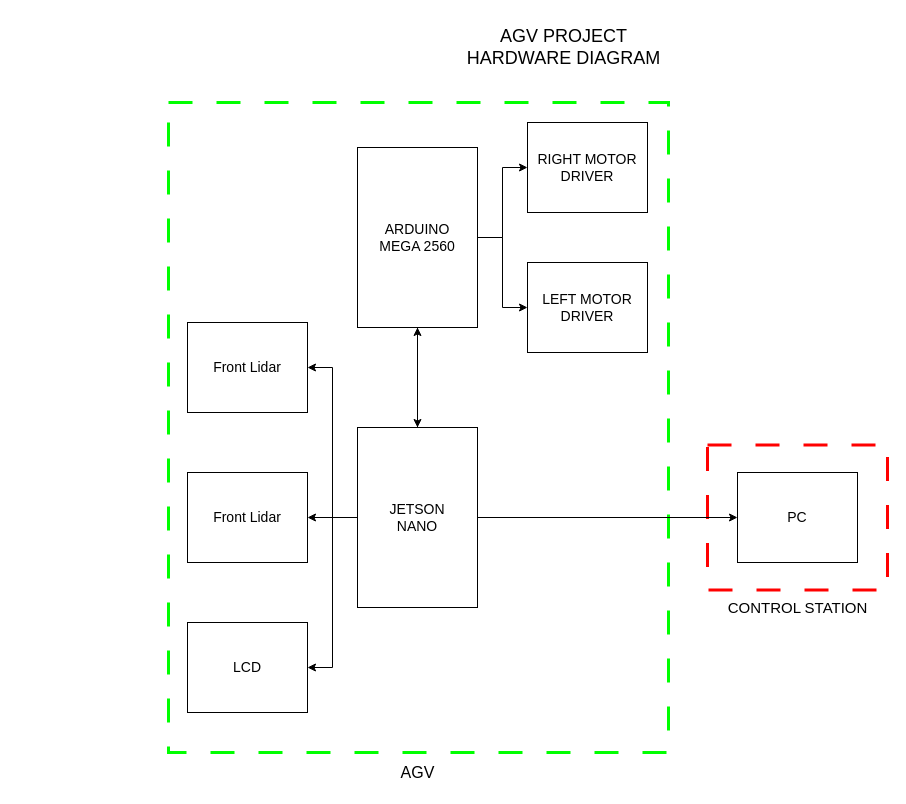
Above: page "Lidar Version" (2 of 2) of Electrical/Breakdown/AGV Hardware Diagram.drawio in AlfonsusGiovanni/Automated-Guided-Vehicle (draw.io), before the change. Source tidied: cells renumbered, new cells numbered last; positions are measured from the earlier drawing's top-left corner, leaving out a move shared by most shapes. Both pictures are drawn from the tidied source at 100%, with x=0, y=0 at pixel (168, 17).
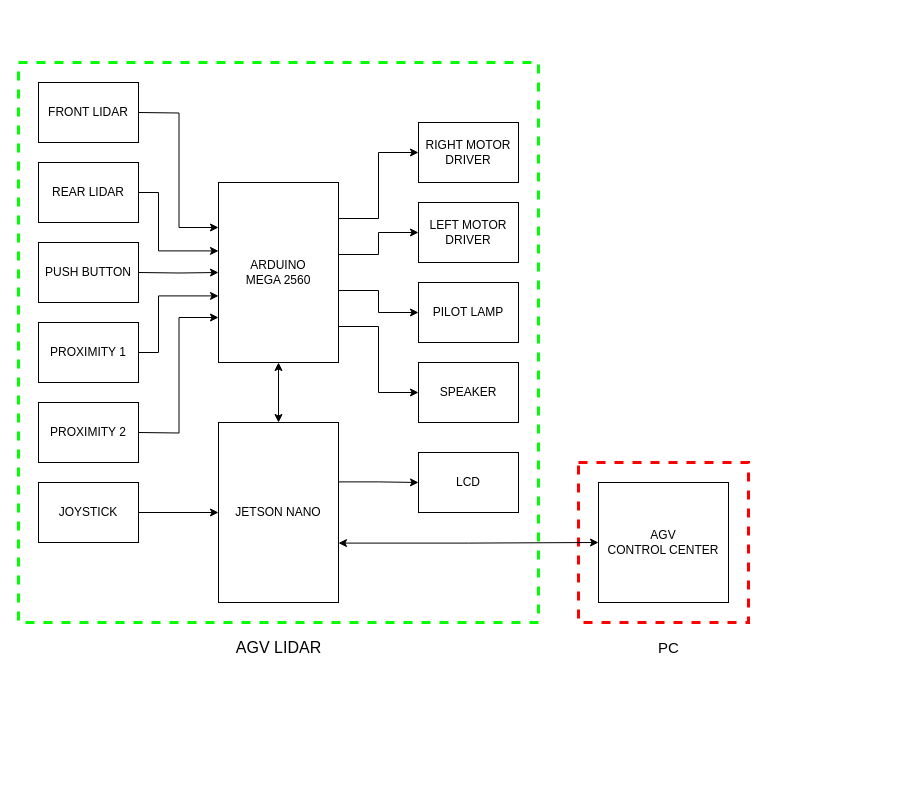
After the change.

The edit, as a diff of the source:
```diff
@@
-    <mxCell id="2" style="whiteSpace=wrap;html=1;fillColor=none;dashed=1;dashPattern=8 8;strokeWidth=3;strokeColor=#FF0000;" parent="1" vertex="1">
-      <mxGeometry x="539" y="427.5" width="180" height="145" as="geometry" />
-    </mxCell>
-    <mxCell id="3" style="whiteSpace=wrap;html=1;fillColor=none;dashed=1;dashPattern=8 8;strokeWidth=3;strokeColor=#00FF00;" parent="1" vertex="1">
-      <mxGeometry y="85" width="500" height="650" as="geometry" />
-    </mxCell>
+    <mxCell id="23" style="whiteSpace=wrap;html=1;fillColor=none;dashed=1;strokeWidth=3;strokeColor=#FF0000;" parent="1" vertex="1">
+      <mxGeometry x="410" y="445" width="170" height="160" as="geometry" />
+    </mxCell>
+    <mxCell id="24" style="whiteSpace=wrap;html=1;fillColor=none;dashed=1;strokeWidth=3;strokeColor=#00FF00;" parent="1" vertex="1">
+      <mxGeometry x="-150" y="45" width="520" height="560" as="geometry" />
+    </mxCell>
-    <mxCell id="4" style="edgeStyle=orthogonalEdgeStyle;rounded=0;jettySize=auto;html=1;exitX=1;exitY=0.5;exitDx=0;exitDy=0;entryX=0;entryY=0.5;entryDx=0;entryDy=0;" parent="1" edge="1" source="7" target="14">
+    <mxCell id="4" style="edgeStyle=orthogonalEdgeStyle;rounded=0;jettySize=auto;html=1;exitX=1;exitY=0.2;exitDx=0;exitDy=0;exitPerimeter=0;entryX=0;entryY=0.5;entryDx=0;entryDy=0;" parent="1" edge="1" source="7" target="14">
       <mxGeometry relative="1" as="geometry" />
     </mxCell>
-    <mxCell id="5" style="edgeStyle=orthogonalEdgeStyle;rounded=0;jettySize=auto;html=1;exitX=1;exitY=0.5;exitDx=0;exitDy=0;entryX=0;entryY=0.5;entryDx=0;entryDy=0;" parent="1" edge="1" source="7" target="15">
+    <mxCell id="5" style="edgeStyle=orthogonalEdgeStyle;rounded=0;jettySize=auto;html=1;exitX=1;exitY=0.4;exitDx=0;exitDy=0;exitPerimeter=0;entryX=0;entryY=0.5;entryDx=0;entryDy=0;" parent="1" edge="1" source="7" target="15">
       <mxGeometry relative="1" as="geometry" />
     </mxCell>
+    <mxCell id="25" style="edgeStyle=orthogonalEdgeStyle;rounded=0;jettySize=auto;html=1;exitX=1;exitY=0.6;exitDx=0;exitDy=0;exitPerimeter=0;entryX=0;entryY=0.5;entryDx=0;entryDy=0;" parent="1" edge="1" source="7" target="30">
+      <mxGeometry relative="1" as="geometry" />
+    </mxCell>
+    <mxCell id="26" style="edgeStyle=orthogonalEdgeStyle;rounded=0;jettySize=auto;html=1;exitX=1;exitY=0.8;exitDx=0;exitDy=0;exitPerimeter=0;entryX=0;entryY=0.5;entryDx=0;entryDy=0;" parent="1" edge="1" source="7" target="31">
+      <mxGeometry relative="1" as="geometry" />
+    </mxCell>
-    <mxCell id="6" style="edgeStyle=orthogonalEdgeStyle;rounded=0;jettySize=auto;html=1;exitX=0.5;exitY=1;exitDx=0;exitDy=0;entryX=0.5;entryY=0;entryDx=0;entryDy=0;" parent="1" edge="1" source="7" target="13">
+    <mxCell id="6" style="edgeStyle=orthogonalEdgeStyle;rounded=0;jettySize=auto;html=1;exitX=0.5;exitY=1;exitDx=0;exitDy=0;exitPerimeter=0;entryX=0.5;entryY=0;entryDx=0;entryDy=0;startArrow=classic;startFill=1;" parent="1" edge="1" source="7" target="13">
       <mxGeometry relative="1" as="geometry" />
     </mxCell>
-    <mxCell id="7" value="ARDUINO&lt;br style=&quot;font-size: 14px;&quot;&gt;MEGA 2560" style="rounded=0;whiteSpace=wrap;html=1;fillColor=none;fontSize=14;" parent="1" vertex="1">
-      <mxGeometry x="189" y="130" width="120" height="180" as="geometry" />
+    <mxCell id="7" value="ARDUINO&lt;br style=&quot;font-size: 12px;&quot;&gt;MEGA 2560" style="rounded=0;whiteSpace=wrap;html=1;fillColor=none;fontSize=12;points=[[0,0,0,0,0],[0,0.13,0,0,0],[0,0.25,0,0,0],[0,0.38,0,0,0],[0,0.5,0,0,0],[0,0.63,0,0,0],[0,0.75,0,0,0],[0,0.88,0,0,0],[0,1,0,0,0],[0.25,0,0,0,0],[0.25,1,0,0,0],[0.5,0,0,0,0],[0.5,1,0,0,0],[0.75,0,0,0,0],[0.75,1,0,0,0],[1,0,0,0,0],[1,0.2,0,0,0],[1,0.4,0,0,0],[1,0.6,0,0,0],[1,0.8,0,0,0],[1,1,0,0,0]];" parent="1" vertex="1">
+      <mxGeometry x="50" y="165" width="120" height="180" as="geometry" />
     </mxCell>
-    <mxCell id="8" style="edgeStyle=orthogonalEdgeStyle;rounded=0;jettySize=auto;html=1;exitX=0.5;exitY=0;exitDx=0;exitDy=0;entryX=0.5;entryY=1;entryDx=0;entryDy=0;" parent="1" edge="1" source="13" target="7">
-      <mxGeometry relative="1" as="geometry" />
-    </mxCell>
-    <mxCell id="9" style="edgeStyle=orthogonalEdgeStyle;rounded=0;jettySize=auto;html=1;exitX=1;exitY=0.5;exitDx=0;exitDy=0;entryX=0;entryY=0.5;entryDx=0;entryDy=0;" parent="1" edge="1" source="13" target="17">
-      <mxGeometry relative="1" as="geometry" />
-    </mxCell>
-    <mxCell id="10" style="edgeStyle=orthogonalEdgeStyle;rounded=0;jettySize=auto;html=1;exitX=0;exitY=0.5;exitDx=0;exitDy=0;entryX=1;entryY=0.5;entryDx=0;entryDy=0;" parent="1" edge="1" source="13" target="21">
-      <mxGeometry relative="1" as="geometry" />
-    </mxCell>
-    <mxCell id="11" style="edgeStyle=orthogonalEdgeStyle;rounded=0;jettySize=auto;html=1;exitX=0;exitY=0.5;exitDx=0;exitDy=0;entryX=1;entryY=0.5;entryDx=0;entryDy=0;" parent="1" edge="1" source="13" target="16">
+    <mxCell id="11" style="edgeStyle=orthogonalEdgeStyle;rounded=0;jettySize=auto;html=1;exitX=1;exitY=0.33;exitDx=0;exitDy=0;exitPerimeter=0;entryX=0;entryY=0.5;entryDx=0;entryDy=0;" parent="1" edge="1" source="13" target="16">
       <mxGeometry relative="1" as="geometry" />
     </mxCell>
-    <mxCell id="12" style="edgeStyle=orthogonalEdgeStyle;rounded=0;jettySize=auto;html=1;exitX=0;exitY=0.5;exitDx=0;exitDy=0;entryX=1;entryY=0.5;entryDx=0;entryDy=0;" parent="1" edge="1" source="13" target="22">
-      <mxGeometry relative="1" as="geometry" />
-    </mxCell>
+    <mxCell id="27" style="edgeStyle=orthogonalEdgeStyle;rounded=0;jettySize=auto;html=1;exitX=1;exitY=0.67;exitDx=0;exitDy=0;exitPerimeter=0;entryX=0;entryY=0.5;entryDx=0;entryDy=0;startArrow=classic;startFill=1;" parent="1" edge="1" source="13" target="28">
+      <mxGeometry relative="1" as="geometry" />
+    </mxCell>
-    <mxCell id="13" value="JETSON&lt;div&gt;NANO&lt;/div&gt;" style="rounded=0;whiteSpace=wrap;html=1;fillColor=none;fontSize=14;" parent="1" vertex="1">
-      <mxGeometry x="189" y="410" width="120" height="180" as="geometry" />
+    <mxCell id="13" value="JETSON NANO" style="rounded=0;whiteSpace=wrap;html=1;fillColor=none;fontSize=12;points=[[0,0,0,0,0],[0,0.25,0,0,0],[0,0.5,0,0,0],[0,0.75,0,0,0],[0,1,0,0,0],[0.25,0,0,0,0],[0.25,1,0,0,0],[0.5,0,0,0,0],[0.5,1,0,0,0],[0.75,0,0,0,0],[0.75,1,0,0,0],[1,0,0,0,0],[1,0.33,0,0,0],[1,0.67,0,0,0],[1,1,0,0,0]];" parent="1" vertex="1">
+      <mxGeometry x="50" y="405" width="120" height="180" as="geometry" />
     </mxCell>
-    <mxCell id="14" value="RIGHT MOTOR&lt;div&gt;DRIVER&lt;/div&gt;" style="rounded=0;whiteSpace=wrap;html=1;fillColor=none;fontSize=14;" parent="1" vertex="1">
-      <mxGeometry x="359" y="105" width="120" height="90" as="geometry" />
+    <mxCell id="14" value="RIGHT MOTOR&lt;div style=&quot;font-size: 12px;&quot;&gt;DRIVER&lt;/div&gt;" style="rounded=0;whiteSpace=wrap;html=1;fillColor=none;fontSize=12;" parent="1" vertex="1">
+      <mxGeometry x="250" y="105" width="100" height="60" as="geometry" />
     </mxCell>
-    <mxCell id="15" value="LEFT MOTOR&lt;div&gt;DRIVER&lt;/div&gt;" style="rounded=0;whiteSpace=wrap;html=1;fillColor=none;fontSize=14;" parent="1" vertex="1">
-      <mxGeometry x="359" y="245" width="120" height="90" as="geometry" />
+    <mxCell id="15" value="LEFT MOTOR&lt;div style=&quot;font-size: 12px;&quot;&gt;DRIVER&lt;/div&gt;" style="rounded=0;whiteSpace=wrap;html=1;fillColor=none;fontSize=12;" parent="1" vertex="1">
+      <mxGeometry x="250" y="185" width="100" height="60" as="geometry" />
     </mxCell>
-    <mxCell id="16" value="LCD" style="rounded=0;whiteSpace=wrap;html=1;fillColor=none;fontSize=14;" parent="1" vertex="1">
-      <mxGeometry x="19" y="605" width="120" height="90" as="geometry" />
+    <mxCell id="16" value="LCD" style="rounded=0;whiteSpace=wrap;html=1;fillColor=none;fontSize=12;" parent="1" vertex="1">
+      <mxGeometry x="250" y="435" width="100" height="60" as="geometry" />
     </mxCell>
+    <mxCell id="28" value="AGV&lt;div&gt;CONTROL CENTER&lt;/div&gt;" style="rounded=0;whiteSpace=wrap;html=1;fillColor=none;fontSize=12;" parent="1" vertex="1">
+      <mxGeometry x="430" y="465" width="130" height="120" as="geometry" />
+    </mxCell>
+    <mxCell id="29" value="AGV LIDAR" style="text;html=1;align=center;verticalAlign=middle;strokeColor=none;fillColor=none;fontSize=16;" parent="1" vertex="1">
+      <mxGeometry x="55" y="615" width="110" height="30" as="geometry" />
+    </mxCell>
-    <mxCell id="17" value="PC" style="rounded=0;whiteSpace=wrap;html=1;fillColor=none;fontSize=14;" parent="1" vertex="1">
-      <mxGeometry x="569" y="455" width="120" height="90" as="geometry" />
+    <mxCell id="17" value="PC" style="text;html=1;align=center;verticalAlign=middle;points=[];strokeColor=none;fillColor=none;fontSize=15;" parent="1" vertex="1">
+      <mxGeometry x="480" y="615" width="40" height="30" as="geometry" />
     </mxCell>
-    <mxCell id="18" value="AGV PROJECT&lt;div style=&quot;font-size: 18px;&quot;&gt;HARDWARE DIAGRAM&lt;/div&gt;" style="text;html=1;align=center;verticalAlign=middle;strokeColor=none;fillColor=none;spacing=2;fontSize=18;" parent="1" vertex="1">
-      <mxGeometry x="285" width="220" height="60" as="geometry" />
-    </mxCell>
-    <mxCell id="19" value="AGV" style="text;html=1;align=center;verticalAlign=middle;strokeColor=none;fillColor=none;fontSize=16;" parent="1" vertex="1">
-      <mxGeometry x="219" y="740" width="60" height="30" as="geometry" />
-    </mxCell>
-    <mxCell id="20" value="CONTROL STATION" style="text;html=1;align=center;verticalAlign=middle;strokeColor=none;fillColor=none;fontSize=15;" parent="1" vertex="1">
-      <mxGeometry x="549" y="575" width="160" height="30" as="geometry" />
-    </mxCell>
-    <mxCell id="21" value="Front Lidar" style="rounded=0;whiteSpace=wrap;html=1;fillColor=none;fontSize=14;" parent="1" vertex="1">
-      <mxGeometry x="19" y="305" width="120" height="90" as="geometry" />
-    </mxCell>
-    <mxCell id="22" value="Front Lidar" style="rounded=0;whiteSpace=wrap;html=1;fillColor=none;fontSize=14;" parent="1" vertex="1">
-      <mxGeometry x="19" y="455" width="120" height="90" as="geometry" />
-    </mxCell>
+    <mxCell id="30" value="PILOT LAMP" style="rounded=0;whiteSpace=wrap;html=1;fillColor=none;fontSize=12;" parent="1" vertex="1">
+      <mxGeometry x="250" y="265" width="100" height="60" as="geometry" />
+    </mxCell>
+    <mxCell id="31" value="SPEAKER" style="rounded=0;whiteSpace=wrap;html=1;fillColor=none;fontSize=12;" parent="1" vertex="1">
+      <mxGeometry x="250" y="345" width="100" height="60" as="geometry" />
+    </mxCell>
+    <mxCell id="32" style="edgeStyle=orthogonalEdgeStyle;rounded=0;jettySize=auto;html=1;exitX=1;exitY=0.5;exitDx=0;exitDy=0;entryX=0;entryY=0.25;entryDx=0;entryDy=0;entryPerimeter=0;" parent="1" edge="1" target="7">
+      <mxGeometry relative="1" as="geometry">
+        <mxPoint x="-30" y="95" as="sourcePoint" />
+      </mxGeometry>
+    </mxCell>
+    <mxCell id="33" style="edgeStyle=orthogonalEdgeStyle;rounded=0;jettySize=auto;html=1;exitX=1;exitY=0.5;exitDx=0;exitDy=0;entryX=0;entryY=0.38;entryDx=0;entryDy=0;entryPerimeter=0;" parent="1" edge="1" target="7">
+      <mxGeometry relative="1" as="geometry">
+        <mxPoint x="-30" y="175" as="sourcePoint" />
+        <Array as="points">
+          <mxPoint x="-10" y="175" />
+          <mxPoint x="-10" y="233" />
+        </Array>
+      </mxGeometry>
+    </mxCell>
+    <mxCell id="34" style="edgeStyle=orthogonalEdgeStyle;rounded=0;jettySize=auto;html=1;exitX=1;exitY=0.5;exitDx=0;exitDy=0;entryX=0;entryY=0.5;entryDx=0;entryDy=0;entryPerimeter=0;" parent="1" edge="1" target="7">
+      <mxGeometry relative="1" as="geometry">
+        <mxPoint x="-30" y="255" as="sourcePoint" />
+      </mxGeometry>
+    </mxCell>
+    <mxCell id="35" style="edgeStyle=orthogonalEdgeStyle;rounded=0;jettySize=auto;html=1;exitX=1;exitY=0.5;exitDx=0;exitDy=0;entryX=0;entryY=0.63;entryDx=0;entryDy=0;entryPerimeter=0;" parent="1" edge="1" target="7">
+      <mxGeometry relative="1" as="geometry">
+        <mxPoint x="-30" y="335" as="sourcePoint" />
+        <Array as="points">
+          <mxPoint x="-10" y="335" />
+          <mxPoint x="-10" y="278" />
+        </Array>
+      </mxGeometry>
+    </mxCell>
+    <mxCell id="36" style="edgeStyle=orthogonalEdgeStyle;rounded=0;jettySize=auto;html=1;exitX=1;exitY=0.5;exitDx=0;exitDy=0;entryX=0;entryY=0.75;entryDx=0;entryDy=0;entryPerimeter=0;" parent="1" edge="1" target="7">
+      <mxGeometry relative="1" as="geometry">
+        <mxPoint x="-30" y="415" as="sourcePoint" />
+      </mxGeometry>
+    </mxCell>
+    <mxCell id="37" value="PUSH BUTTON" style="rounded=0;whiteSpace=wrap;html=1;fillColor=none;fontSize=12;" parent="1" vertex="1">
+      <mxGeometry x="-130" y="225" width="100" height="60" as="geometry" />
+    </mxCell>
+    <mxCell id="38" value="REAR LIDAR" style="rounded=0;whiteSpace=wrap;html=1;fillColor=none;fontSize=12;" parent="1" vertex="1">
+      <mxGeometry x="-130" y="145" width="100" height="60" as="geometry" />
+    </mxCell>
+    <mxCell id="39" value="FRONT LIDAR" style="rounded=0;whiteSpace=wrap;html=1;fillColor=none;fontSize=12;" parent="1" vertex="1">
+      <mxGeometry x="-130" y="65" width="100" height="60" as="geometry" />
+    </mxCell>
+    <mxCell id="40" value="&lt;span style=&quot;background-color: initial; font-size: 12px;&quot;&gt;PROXIMITY 1&lt;/span&gt;" style="rounded=0;whiteSpace=wrap;html=1;fillColor=none;fontSize=12;" parent="1" vertex="1">
+      <mxGeometry x="-130" y="305" width="100" height="60" as="geometry" />
+    </mxCell>
+    <mxCell id="41" value="PROXIMITY 2" style="rounded=0;whiteSpace=wrap;html=1;fillColor=none;fontSize=12;" parent="1" vertex="1">
+      <mxGeometry x="-130" y="385" width="100" height="60" as="geometry" />
+    </mxCell>
+    <mxCell id="42" value="JOYSTICK" style="rounded=0;whiteSpace=wrap;html=1;fillColor=none;fontSize=12;" parent="1" vertex="1">
+      <mxGeometry x="-130" y="465" width="100" height="60" as="geometry" />
+    </mxCell>
+    <mxCell id="43" style="edgeStyle=orthogonalEdgeStyle;rounded=0;jettySize=auto;html=1;exitX=1;exitY=0.5;exitDx=0;exitDy=0;entryX=0;entryY=0.5;entryDx=0;entryDy=0;entryPerimeter=0;" parent="1" edge="1" source="42" target="13">
+      <mxGeometry relative="1" as="geometry" />
+    </mxCell>
```
